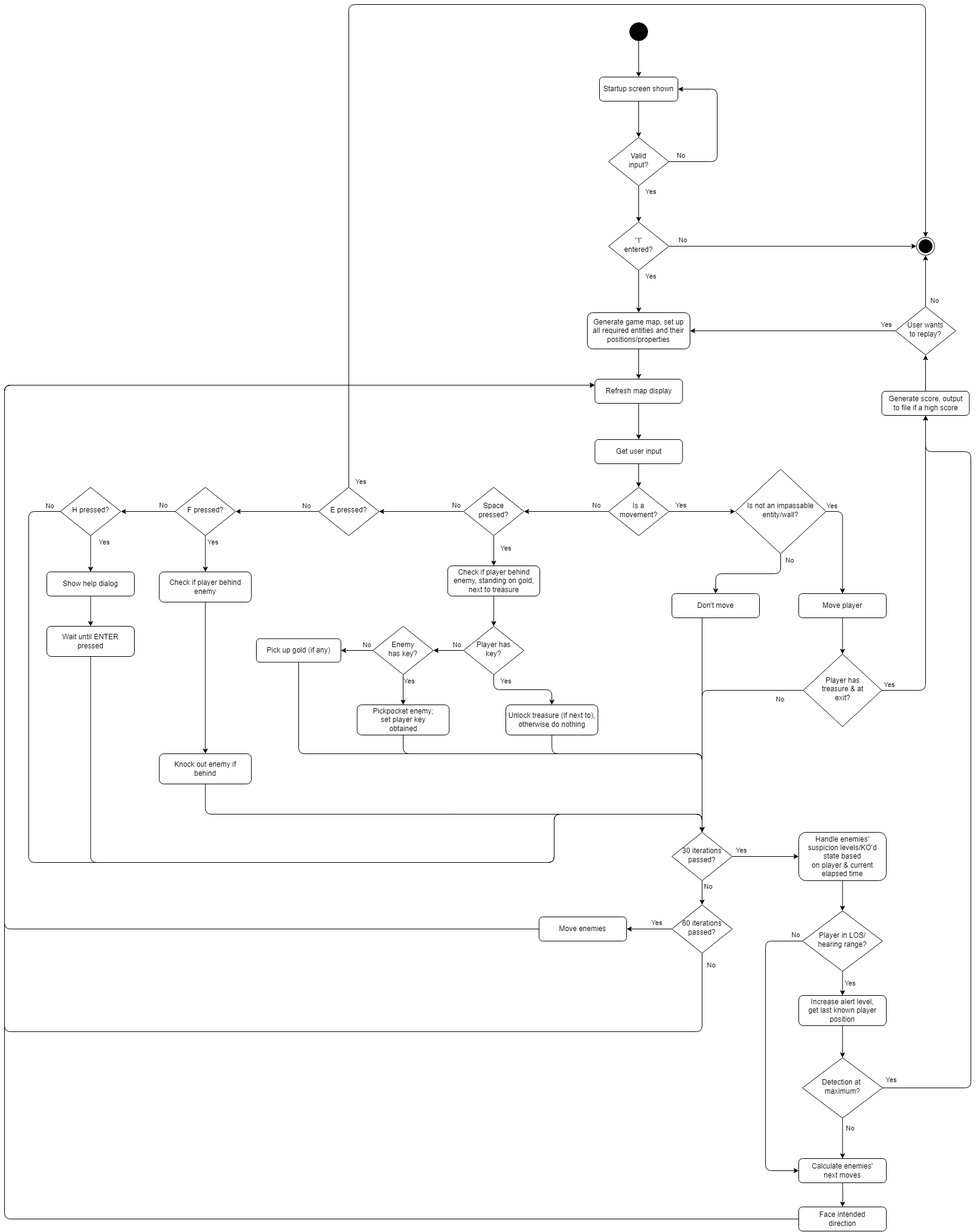
This is media/Flow Chart.png from tcollyer1/cmd-stealth-game, a draw.io export, as it was before one commit. Source tidied: cells renumbered, new cells last; positions are measured from the earlier drawing's top-left corner, leaving out a move shared by most shapes.
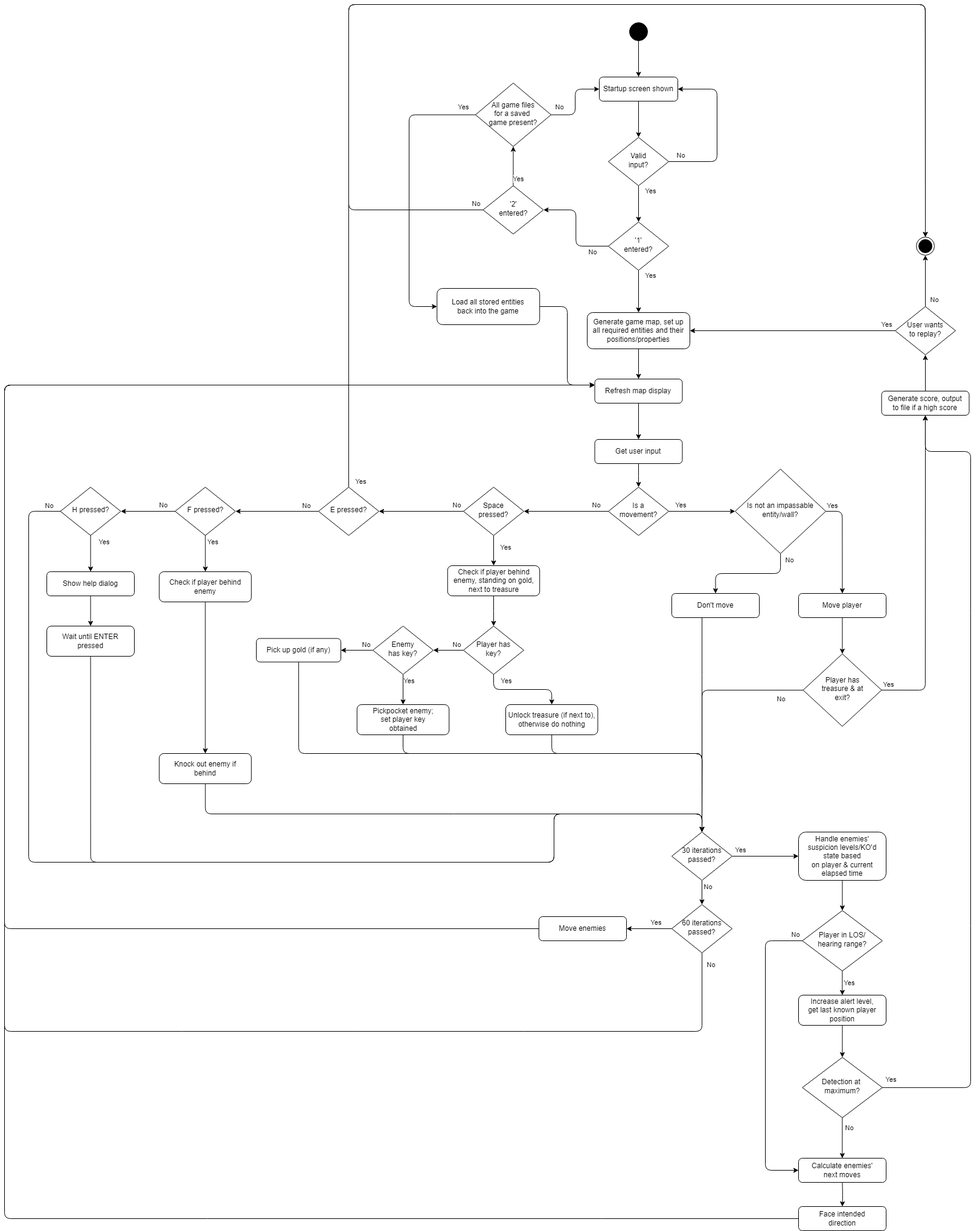
The same file after the commit.

Diff of the diagram source:
```diff
@@ -37,8 +37,14 @@
     <mxCell id="11" style="ellipse;html=1;shape=endState;fillColor=strokeColor;" parent="1" vertex="1">
       <mxGeometry x="1510" y="385" width="30" height="30" as="geometry" />
     </mxCell>
-    <mxCell id="12" value="No" style="edgeStyle=orthogonalEdgeStyle;rounded=0;jettySize=auto;html=1;entryX=0;entryY=0.5;entryDx=0;entryDy=0;" parent="1" edge="1" source="14" target="11">
-      <mxGeometry x="-0.89" y="10" relative="1" as="geometry" />
+    <mxCell id="12" value="Yes" style="edgeStyle=orthogonalEdgeStyle;rounded=1;jettySize=auto;html=1;entryX=0.5;entryY=1;entryDx=0;entryDy=0;exitX=0.5;exitY=0;exitDx=0;exitDy=0;" parent="1" edge="1" source="95" target="98">
+      <mxGeometry x="-0.69" y="-7" relative="1" as="geometry">
+        <Array as="points">
+          <mxPoint x="843" y="300" />
+          <mxPoint x="843" y="300" />
+        </Array>
+        <mxPoint x="1" as="offset" />
+      </mxGeometry>
     </mxCell>
     <mxCell id="13" value="Yes" style="edgeStyle=orthogonalEdgeStyle;rounded=0;jettySize=auto;html=1;exitX=0.5;exitY=1;exitDx=0;exitDy=0;entryX=0.5;entryY=0;entryDx=0;entryDy=0;" parent="1" edge="1" source="14" target="8">
       <mxGeometry x="-0.71" y="20" relative="1" as="geometry" />
@@ -361,5 +367,40 @@
     <mxCell id="92" value="E pressed?" style="rhombus;whiteSpace=wrap;html=1;shadow=0;fontFamily=Helvetica;fontSize=12;align=center;strokeWidth=1;spacing=6;spacingTop=-4;" parent="1" vertex="1">
       <mxGeometry x="520" y="799" width="100" height="80" as="geometry" />
     </mxCell>
+    <mxCell id="93" value="No" style="edgeStyle=orthogonalEdgeStyle;rounded=1;jettySize=auto;html=1;entryX=1;entryY=0.5;entryDx=0;entryDy=0;" parent="1" edge="1" source="14" target="95">
+      <mxGeometry x="-0.7" y="10" relative="1" as="geometry" />
+    </mxCell>
+    <mxCell id="94" value="No" style="edgeStyle=orthogonalEdgeStyle;rounded=1;jettySize=auto;html=1;entryX=0.5;entryY=0;entryDx=0;entryDy=0;exitX=0;exitY=0.5;exitDx=0;exitDy=0;" parent="1" edge="1" source="95" target="11">
+      <mxGeometry x="-0.99" y="-10" relative="1" as="geometry">
+        <Array as="points">
+          <mxPoint x="570" y="340" />
+          <mxPoint x="570" />
+          <mxPoint x="1525" />
+        </Array>
+      </mxGeometry>
+    </mxCell>
+    <mxCell id="95" value="'2'&lt;br&gt;entered?" style="rhombus;whiteSpace=wrap;html=1;shadow=0;fontFamily=Helvetica;fontSize=12;align=center;strokeWidth=1;spacing=6;spacingTop=-4;" parent="1" vertex="1">
+      <mxGeometry x="792.5" y="300" width="100" height="80" as="geometry" />
+    </mxCell>
+    <mxCell id="96" value="No" style="edgeStyle=orthogonalEdgeStyle;rounded=1;jettySize=auto;html=1;entryX=0;entryY=0.5;entryDx=0;entryDy=0;" parent="1" edge="1" source="98" target="3">
+      <mxGeometry x="-0.75" y="13" relative="1" as="geometry" />
+    </mxCell>
+    <mxCell id="97" value="Yes" style="edgeStyle=orthogonalEdgeStyle;rounded=1;jettySize=auto;html=1;entryX=0;entryY=0.5;entryDx=0;entryDy=0;" parent="1" edge="1" source="98" target="100">
+      <mxGeometry x="-0.92" y="-13" relative="1" as="geometry">
+        <Array as="points">
+          <mxPoint x="670" y="183" />
+          <mxPoint x="670" y="500" />
+        </Array>
+      </mxGeometry>
+    </mxCell>
+    <mxCell id="98" value="All game files &lt;br&gt;for a saved&amp;nbsp;&lt;br style=&quot;border-color: var(--border-color);&quot;&gt;game present?" style="rhombus;whiteSpace=wrap;html=1;shadow=0;fontFamily=Helvetica;fontSize=12;align=center;strokeWidth=1;spacing=6;spacingTop=-4;" parent="1" vertex="1">
+      <mxGeometry x="780" y="130" width="125" height="105" as="geometry" />
+    </mxCell>
+    <mxCell id="99" style="edgeStyle=orthogonalEdgeStyle;rounded=1;jettySize=auto;html=1;entryX=0;entryY=0.25;entryDx=0;entryDy=0;" parent="1" edge="1" source="100" target="16">
+      <mxGeometry relative="1" as="geometry" />
+    </mxCell>
+    <mxCell id="100" value="Load all stored entities&lt;br&gt;back into the game" style="rounded=1;whiteSpace=wrap;html=1;fontSize=12;glass=0;strokeWidth=1;shadow=0;" parent="1" vertex="1">
+      <mxGeometry x="716.2" y="470" width="170" height="60" as="geometry" />
+    </mxCell>
   </root>
 </mxGraphModel>
```
